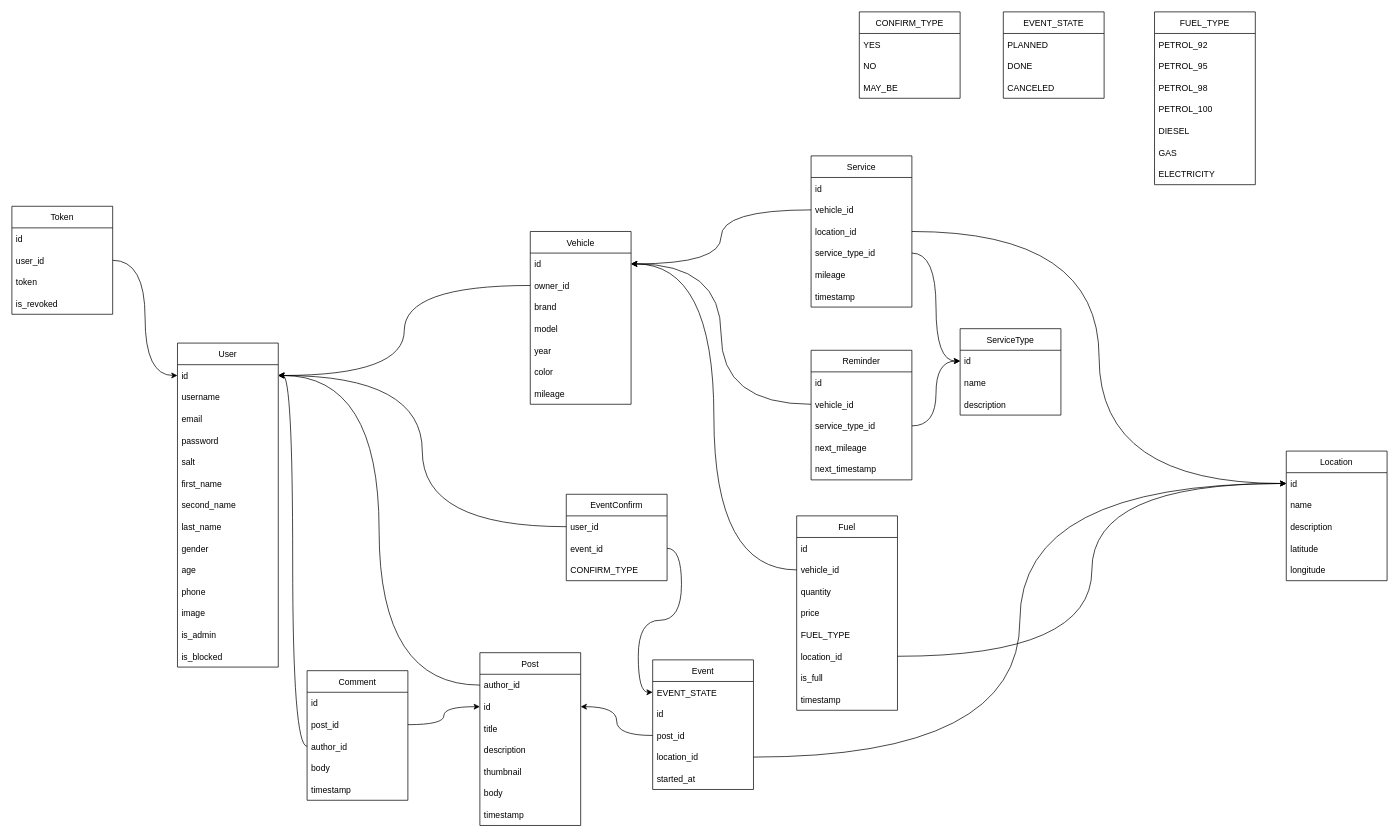
jadjer/mores keeps this draw.io diagram as page "Page-1" (1 of 2) of schema.drawio. Above is the earlier version. Source tidied: cells renumbered, new cells numbered last; positions are measured from the earlier drawing's top-left corner, leaving out a move shared by most shapes. Both pictures are drawn from the tidied source at 72%, with x=0, y=0 at pixel (12, 12).
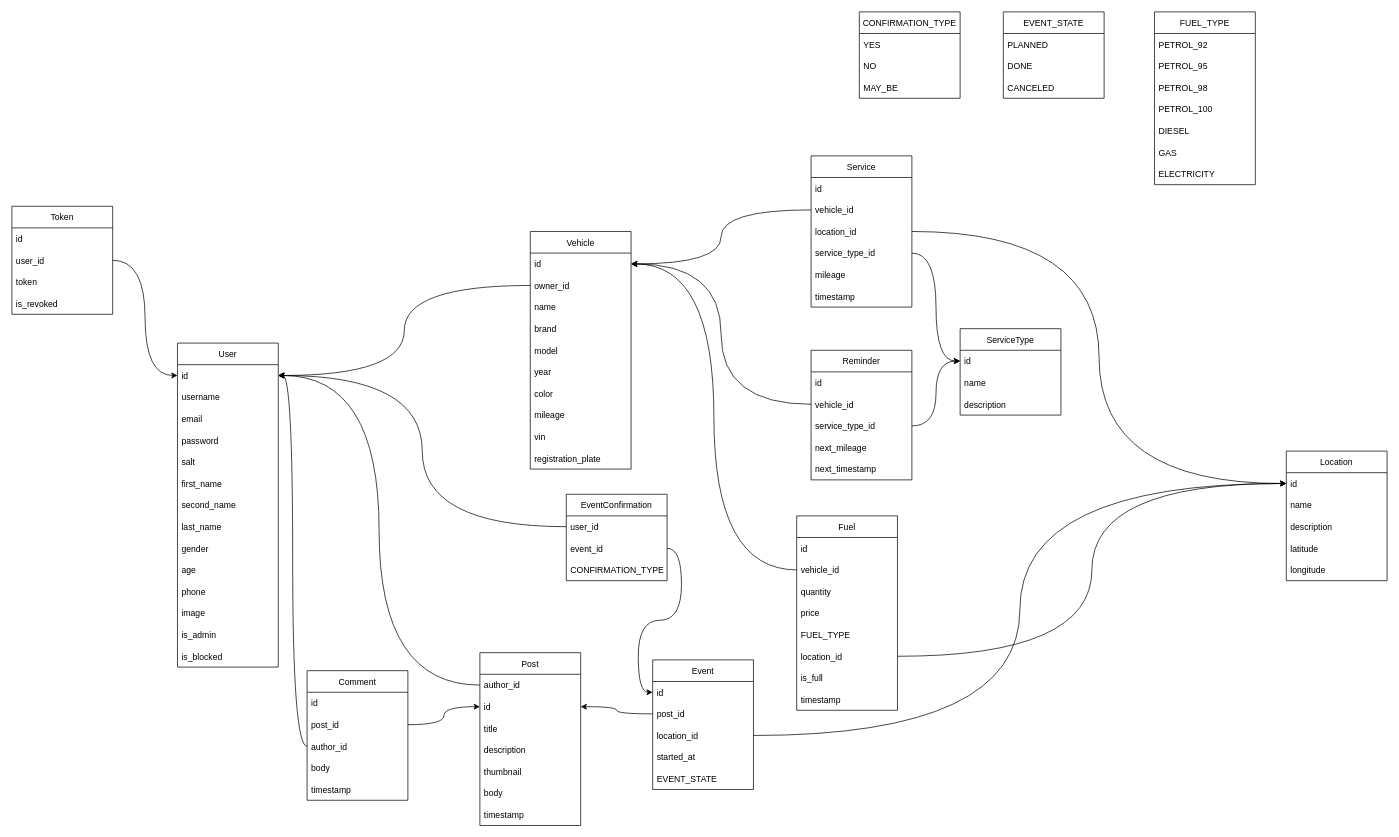
The same diagram, later.

Unchanged cells that the change refers to:
```xml
<mxCell id="52" value="Event" style="swimlane;fontStyle=0;horizontal=1;startSize=30;" parent="1" vertex="1">
  <mxGeometry x="890" y="900" width="140" height="180" as="geometry" />
</mxCell>
<mxCell id="78" value="event_id" style="text;strokeColor=none;fillColor=none;align=left;verticalAlign=middle;spacingLeft=4;spacingRight=4;overflow=hidden;points=[[0,0.5],[1,0.5]];portConstraint=eastwest;" parent="76" vertex="1">
  <mxGeometry y="60" width="140" height="30" as="geometry" />
</mxCell>
```

What changed in the source:
```diff
@@
     <mxCell id="17" value="Vehicle" style="swimlane;fontStyle=0;horizontal=1;startSize=30;" parent="1" vertex="1">
-      <mxGeometry x="720" y="305" width="140" height="240" as="geometry" />
+      <mxGeometry x="720" y="305" width="140" height="330" as="geometry" />
     </mxCell>
@@
+    <mxCell id="118" value="name" style="text;strokeColor=none;fillColor=none;align=left;verticalAlign=middle;spacingLeft=4;spacingRight=4;overflow=hidden;" parent="17" vertex="1">
+      <mxGeometry y="90" width="140" height="30" as="geometry" />
+    </mxCell>
     <mxCell id="20" value="brand" style="text;strokeColor=none;fillColor=none;align=left;verticalAlign=middle;spacingLeft=4;spacingRight=4;overflow=hidden;" parent="17" vertex="1">
-      <mxGeometry y="90" width="140" height="30" as="geometry" />
+      <mxGeometry y="120" width="140" height="30" as="geometry" />
     </mxCell>
     <mxCell id="21" value="model" style="text;strokeColor=none;fillColor=none;align=left;verticalAlign=middle;spacingLeft=4;spacingRight=4;overflow=hidden;" parent="17" vertex="1">
-      <mxGeometry y="120" width="140" height="30" as="geometry" />
+      <mxGeometry y="150" width="140" height="30" as="geometry" />
     </mxCell>
     <mxCell id="22" value="year" style="text;strokeColor=none;fillColor=none;align=left;verticalAlign=middle;spacingLeft=4;spacingRight=4;overflow=hidden;" parent="17" vertex="1">
-      <mxGeometry y="150" width="140" height="30" as="geometry" />
+      <mxGeometry y="180" width="140" height="30" as="geometry" />
     </mxCell>
     <mxCell id="23" value="color" style="text;strokeColor=none;fillColor=none;align=left;verticalAlign=middle;spacingLeft=4;spacingRight=4;overflow=hidden;" parent="17" vertex="1">
-      <mxGeometry y="180" width="140" height="30" as="geometry" />
+      <mxGeometry y="210" width="140" height="30" as="geometry" />
     </mxCell>
     <mxCell id="24" value="mileage" style="text;strokeColor=none;fillColor=none;align=left;verticalAlign=middle;spacingLeft=4;spacingRight=4;overflow=hidden;" parent="17" vertex="1">
-      <mxGeometry y="210" width="140" height="30" as="geometry" />
+      <mxGeometry y="240" width="140" height="30" as="geometry" />
     </mxCell>
+    <mxCell id="119" value="vin" style="text;strokeColor=none;fillColor=none;align=left;verticalAlign=middle;spacingLeft=4;spacingRight=4;overflow=hidden;" parent="17" vertex="1">
+      <mxGeometry y="270" width="140" height="30" as="geometry" />
+    </mxCell>
+    <mxCell id="120" value="registration_plate" style="text;strokeColor=none;fillColor=none;align=left;verticalAlign=middle;spacingLeft=4;spacingRight=4;overflow=hidden;" parent="17" vertex="1">
+      <mxGeometry y="300" width="140" height="30" as="geometry" />
+    </mxCell>
@@
-    <mxCell id="53" value="EVENT_STATE" style="text;strokeColor=none;fillColor=none;align=left;verticalAlign=middle;spacingLeft=4;spacingRight=4;overflow=hidden;points=[[0,0.5],[1,0.5]];portConstraint=eastwest;" parent="52" vertex="1">
-      <mxGeometry y="30" width="140" height="30" as="geometry" />
-    </mxCell>
     <mxCell id="54" value="id" style="text;strokeColor=none;fillColor=none;align=left;verticalAlign=middle;spacingLeft=4;spacingRight=4;overflow=hidden;points=[[0,0.5],[1,0.5]];portConstraint=eastwest;" parent="52" vertex="1">
-      <mxGeometry y="60" width="140" height="30" as="geometry" />
+      <mxGeometry y="30" width="140" height="30" as="geometry" />
     </mxCell>
     <mxCell id="55" value="post_id" style="text;strokeColor=none;fillColor=none;align=left;verticalAlign=middle;spacingLeft=4;spacingRight=4;overflow=hidden;points=[[0,0.5],[1,0.5]];portConstraint=eastwest;" parent="52" vertex="1">
-      <mxGeometry y="90" width="140" height="30" as="geometry" />
+      <mxGeometry y="60" width="140" height="30" as="geometry" />
     </mxCell>
     <mxCell id="56" value="location_id" style="text;strokeColor=none;fillColor=none;align=left;verticalAlign=middle;spacingLeft=4;spacingRight=4;overflow=hidden;points=[[0,0.5],[1,0.5]];portConstraint=eastwest;" parent="52" vertex="1">
-      <mxGeometry y="120" width="140" height="30" as="geometry" />
+      <mxGeometry y="90" width="140" height="30" as="geometry" />
     </mxCell>
     <mxCell id="57" value="started_at" style="text;strokeColor=none;fillColor=none;align=left;verticalAlign=middle;spacingLeft=4;spacingRight=4;overflow=hidden;" parent="52" vertex="1">
-      <mxGeometry y="150" width="140" height="30" as="geometry" />
+      <mxGeometry y="120" width="140" height="30" as="geometry" />
     </mxCell>
+    <mxCell id="53" value="EVENT_STATE" style="text;strokeColor=none;fillColor=none;align=left;verticalAlign=middle;spacingLeft=4;spacingRight=4;overflow=hidden;points=[[0,0.5],[1,0.5]];portConstraint=eastwest;" parent="52" vertex="1">
+      <mxGeometry y="150" width="140" height="30" as="geometry" />
+    </mxCell>
@@
-    <mxCell id="76" value="EventConfirm" style="swimlane;fontStyle=0;horizontal=1;startSize=30;" parent="1" vertex="1">
+    <mxCell id="76" value="EventConfirmation" style="swimlane;fontStyle=0;horizontal=1;startSize=30;" parent="1" vertex="1">
       <mxGeometry x="770" y="670" width="140" height="120" as="geometry" />
     </mxCell>
@@
-    <mxCell id="79" value="CONFIRM_TYPE" style="text;strokeColor=none;fillColor=none;align=left;verticalAlign=middle;spacingLeft=4;spacingRight=4;overflow=hidden;" parent="76" vertex="1">
+    <mxCell id="79" value="CONFIRMATION_TYPE" style="text;strokeColor=none;fillColor=none;align=left;verticalAlign=middle;spacingLeft=4;spacingRight=4;overflow=hidden;" parent="76" vertex="1">
       <mxGeometry y="90" width="140" height="30" as="geometry" />
     </mxCell>
@@
-    <mxCell id="81" value="CONFIRM_TYPE" style="swimlane;fontStyle=0;horizontal=1;startSize=30;" parent="1" vertex="1">
+    <mxCell id="81" value="CONFIRMATION_TYPE" style="swimlane;fontStyle=0;horizontal=1;startSize=30;" parent="1" vertex="1">
       <mxGeometry x="1177" width="140" height="120" as="geometry" />
     </mxCell>
@@
-    <mxCell id="117" style="edgeStyle=orthogonalEdgeStyle;rounded=0;jettySize=auto;html=1;exitX=1;exitY=0.5;exitDx=0;exitDy=0;curved=1;" parent="1" edge="1" source="78" target="53">
+    <mxCell id="117" style="edgeStyle=orthogonalEdgeStyle;rounded=0;jettySize=auto;html=1;exitX=1;exitY=0.5;exitDx=0;exitDy=0;curved=1;" parent="1" edge="1" source="78" target="54">
       <mxGeometry relative="1" as="geometry" />
     </mxCell>
```
